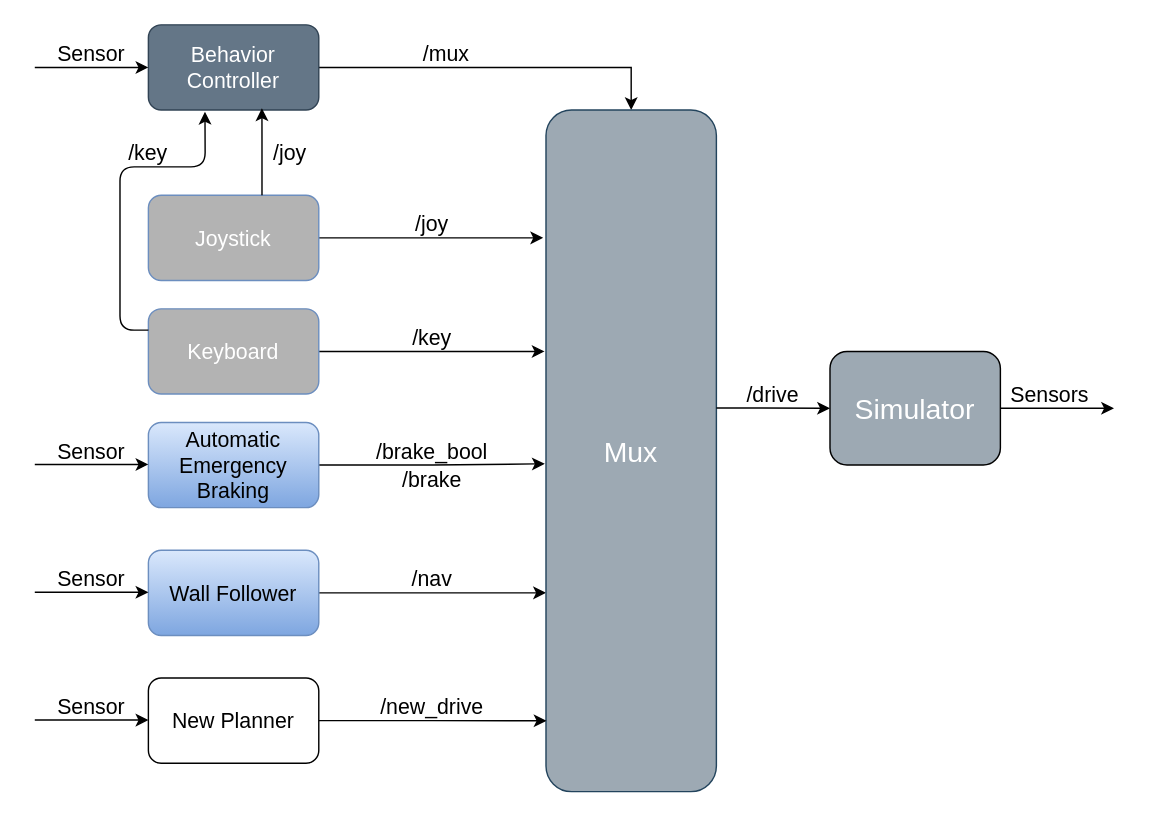
This is SimplifiedgraphofROSnodes.drawio from Dieptranivsr/f1tenth_labsdtt, a draw.io file, before an edit. Source tidied: cells renumbered, new cells numbered last; positions are measured from the earlier drawing's top-left corner, leaving out a move shared by most shapes. Both pictures are drawn from the tidied source at 142%, with x=0, y=0 at pixel (34, 24).
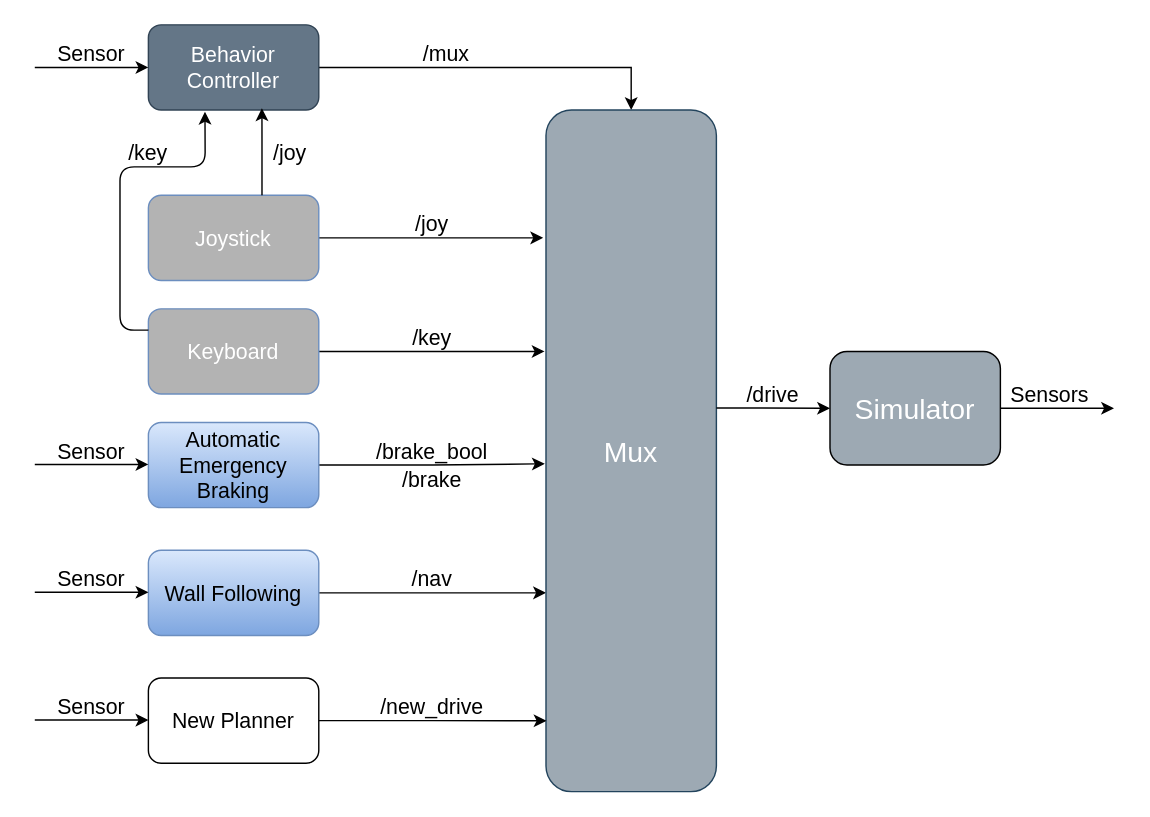
The same page after the edit.

Change to the diagram source:
```diff
@@
-    <mxCell id="5" value="Wall Follower" style="rounded=1;whiteSpace=wrap;html=1;fontSize=15;gradientColor=#7ea6e0;fillColor=#dae8fc;strokeColor=#6c8ebf;" parent="1" vertex="1">
+    <mxCell id="5" value="Wall Following" style="rounded=1;whiteSpace=wrap;html=1;fontSize=15;gradientColor=#7ea6e0;fillColor=#dae8fc;strokeColor=#6c8ebf;" parent="1" vertex="1">
       <mxGeometry x="80" y="370" width="120" height="60" as="geometry" />
     </mxCell>
```
